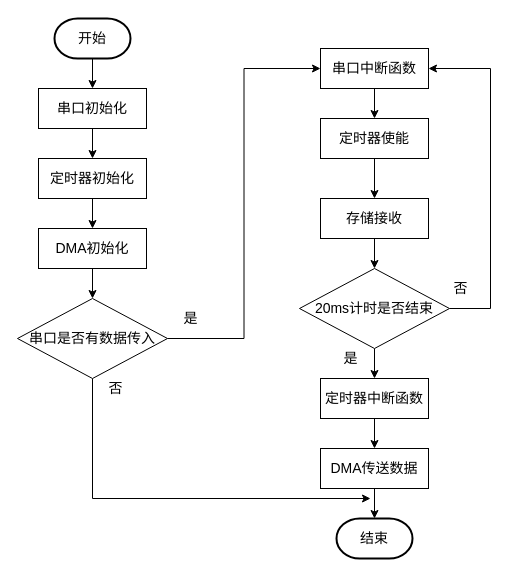
The draw.io diagram 定位模块程序流程图.drawio in NYQ2020/StudyTest, before the edit. Source tidied: cells renumbered, new cells numbered last; positions are measured from the earlier drawing's top-left corner, leaving out a move shared by most shapes. Both pictures are drawn from the tidied source at 100%, with x=0, y=0 at pixel (17, 18).
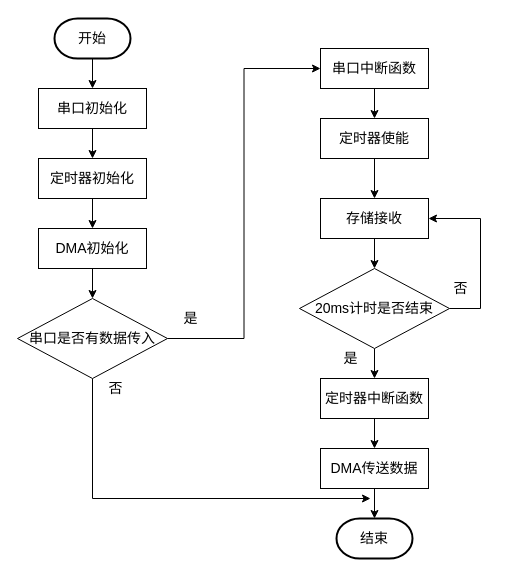
The same page after the edit.

Commit message (it also covers changes not shown here):
更新定位模块程序流程图.drawio

The change refers to these unchanged cells:
```xml
<mxCell id="14" value="&lt;font style=&quot;font-size: 14px&quot;&gt;串口中断函数&lt;/font&gt;" style="rounded=0;whiteSpace=wrap;html=1;" parent="1" vertex="1">
  <mxGeometry x="303" y="30" width="108" height="40" as="geometry" />
</mxCell>
<mxCell id="18" value="&lt;font style=&quot;font-size: 14px&quot;&gt;存储接收&lt;/font&gt;" style="rounded=0;whiteSpace=wrap;html=1;" parent="1" vertex="1">
  <mxGeometry x="303" y="180" width="108" height="40" as="geometry" />
</mxCell>
<mxCell id="21" value="&lt;font style=&quot;font-size: 14px&quot;&gt;20ms计时是否结束&lt;/font&gt;" style="rhombus;whiteSpace=wrap;html=1;" parent="1" vertex="1">
  <mxGeometry x="282" y="250" width="150" height="80" as="geometry" />
</mxCell>
```

What changed in the source:
```diff
@@
-    <mxCell id="20" style="edgeStyle=orthogonalEdgeStyle;rounded=0;jettySize=auto;html=1;exitX=1;exitY=0.5;exitDx=0;exitDy=0;entryX=1;entryY=0.5;entryDx=0;entryDy=0;" parent="1" edge="1" source="21" target="14">
-      <mxGeometry relative="1" as="geometry">
-        <Array as="points">
-          <mxPoint x="473" y="290" />
-          <mxPoint x="473" y="50" />
-        </Array>
-      </mxGeometry>
-    </mxCell>
+    <mxCell id="31" style="edgeStyle=orthogonalEdgeStyle;rounded=0;jettySize=auto;html=1;exitX=1;exitY=0.5;exitDx=0;exitDy=0;entryX=1;entryY=0.5;entryDx=0;entryDy=0;" parent="1" edge="1" source="21" target="18">
+      <mxGeometry relative="1" as="geometry">
+        <Array as="points">
+          <mxPoint x="463" y="290" />
+          <mxPoint x="463" y="200" />
+        </Array>
+      </mxGeometry>
+    </mxCell>
```
